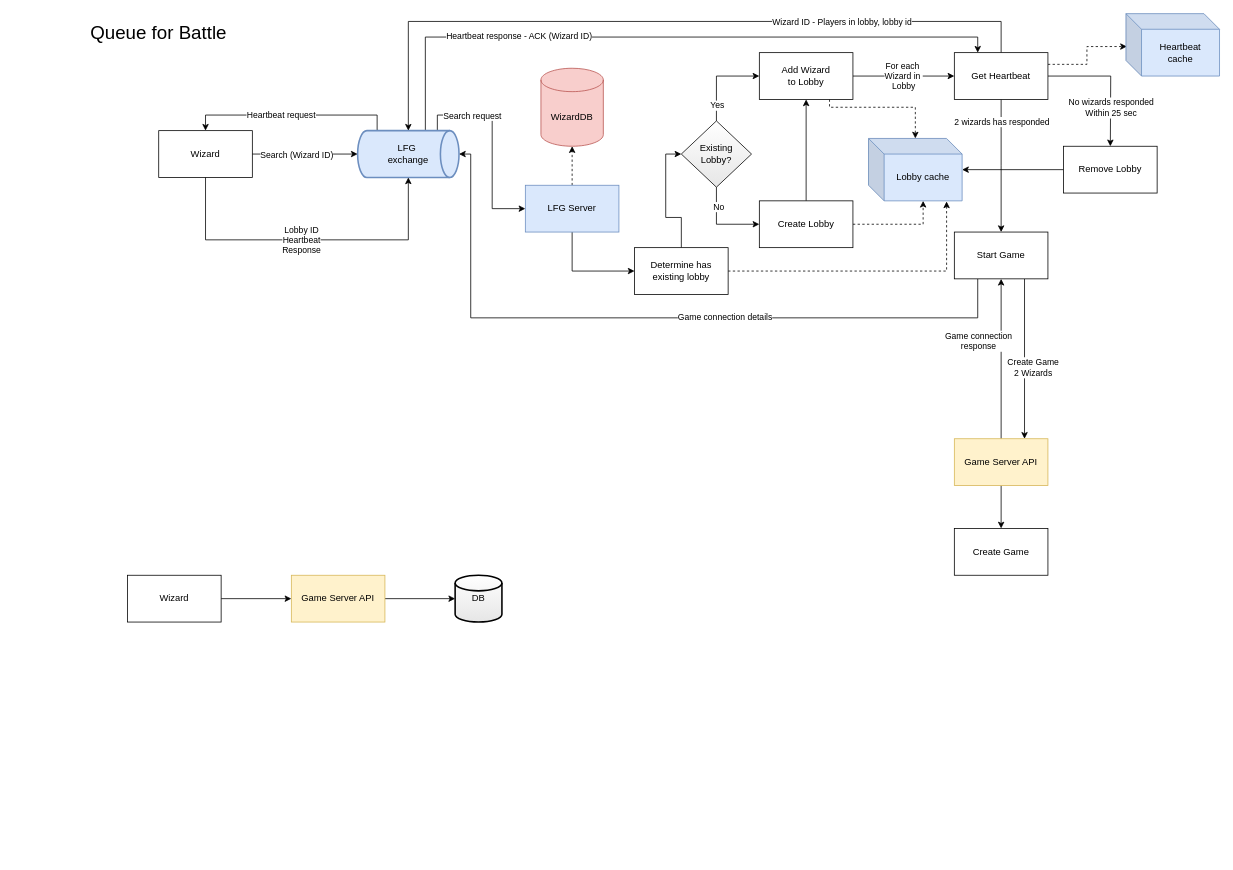
Before: arch_wizard.drawio in gullskatten/BPMN-models, a draw.io diagram. Source tidied: cells renumbered, new cells numbered last; positions are measured from the earlier drawing's top-left corner, leaving out a move shared by most shapes. Both pictures are drawn from the tidied source at 78%, with x=0, y=0 at pixel (73, 13).
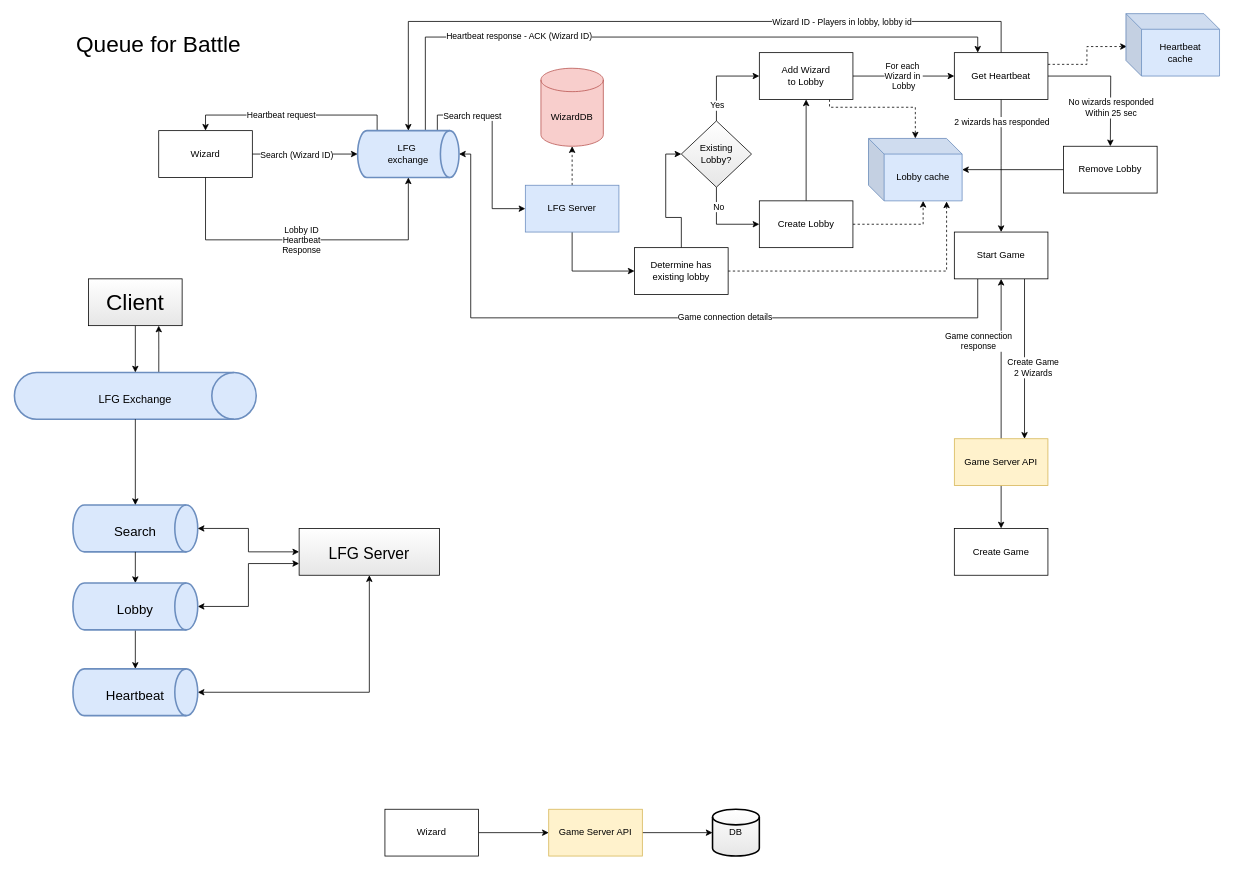
The same page after the edit.

Unchanged cells that the change refers to:
```xml
<mxCell id="52" value="Game Server API" style="rounded=0;whiteSpace=wrap;html=1;fillColor=#fff2cc;strokeColor=#d6b656;" parent="1" vertex="1">
  <mxGeometry x="1130" y="545" width="120" height="60" as="geometry" />
</mxCell>
<mxCell id="53" value="Create Game" style="rounded=0;whiteSpace=wrap;html=1;" parent="1" vertex="1">
  <mxGeometry x="1130" y="660" width="120" height="60" as="geometry" />
</mxCell>
```

The edit, as a diff of the source:
```diff
@@
-    <mxCell id="49" style="edgeStyle=orthogonalEdgeStyle;rounded=0;jettySize=auto;html=1;entryX=0.5;entryY=0;entryDx=0;entryDy=0;" parent="1" edge="1" source="52" target="53">
-      <mxGeometry relative="1" as="geometry" />
-    </mxCell>
@@
+    <mxCell id="49" style="edgeStyle=orthogonalEdgeStyle;rounded=0;jettySize=auto;html=1;fontSize=24;" parent="1" edge="1" source="52" target="53">
+      <mxGeometry relative="1" as="geometry" />
+    </mxCell>
@@
     <mxCell id="54" value="DB" style="strokeWidth=2;html=1;shape=mxgraph.flowchart.database;whiteSpace=wrap;gradientColor=#E6E6E6;" parent="1" vertex="1">
-      <mxGeometry x="490" y="720" width="60" height="60" as="geometry" />
+      <mxGeometry x="820" y="1020" width="60" height="60" as="geometry" />
     </mxCell>
@@
     <mxCell id="56" value="Game Server API" style="rounded=0;whiteSpace=wrap;html=1;fillColor=#fff2cc;strokeColor=#d6b656;" parent="1" vertex="1">
-      <mxGeometry x="280" y="720" width="120" height="60" as="geometry" />
+      <mxGeometry x="610" y="1020" width="120" height="60" as="geometry" />
     </mxCell>
@@
     <mxCell id="58" value="Wizard" style="rounded=0;whiteSpace=wrap;html=1;" parent="1" vertex="1">
-      <mxGeometry x="70" y="720" width="120" height="60" as="geometry" />
+      <mxGeometry x="400" y="1020" width="120" height="60" as="geometry" />
     </mxCell>
-    <mxCell id="59" value="Queue for Battle" style="text;html=1;strokeColor=none;fillColor=none;align=center;verticalAlign=middle;whiteSpace=wrap;rounded=0;fontSize=24;" parent="1" vertex="1">
-      <mxGeometry y="10" width="220" height="30" as="geometry" />
+    <mxCell id="59" value="Queue for Battle" style="text;html=1;strokeColor=none;fillColor=none;align=center;verticalAlign=middle;whiteSpace=wrap;rounded=0;fontSize=29;" parent="1" vertex="1">
+      <mxGeometry y="25" width="220" height="30" as="geometry" />
     </mxCell>
+    <mxCell id="60" style="edgeStyle=orthogonalEdgeStyle;rounded=0;jettySize=auto;html=1;entryX=0.75;entryY=1;entryDx=0;entryDy=0;fontSize=29;exitX=0.597;exitY=0;exitDx=0;exitDy=0;exitPerimeter=0;" parent="1" edge="1" source="61" target="71">
+      <mxGeometry relative="1" as="geometry" />
+    </mxCell>
+    <mxCell id="61" value="&lt;font style=&quot;font-size: 14px&quot;&gt;LFG Exchange&lt;/font&gt;" style="strokeWidth=2;html=1;shape=mxgraph.flowchart.direct_data;whiteSpace=wrap;fontSize=29;fillColor=#dae8fc;strokeColor=#6c8ebf;" parent="1" vertex="1">
+      <mxGeometry x="-75" y="460" width="310" height="60" as="geometry" />
+    </mxCell>
+    <mxCell id="62" value="&lt;font style=&quot;font-size: 17px&quot;&gt;Search&lt;/font&gt;" style="strokeWidth=2;html=1;shape=mxgraph.flowchart.direct_data;whiteSpace=wrap;fontSize=29;fillColor=#dae8fc;strokeColor=#6c8ebf;" parent="1" vertex="1">
+      <mxGeometry y="630" width="160" height="60" as="geometry" />
+    </mxCell>
+    <mxCell id="63" style="edgeStyle=orthogonalEdgeStyle;rounded=0;jettySize=auto;html=1;fontSize=29;startArrow=classic;startFill=1;" parent="1" edge="1" source="64" target="73">
+      <mxGeometry relative="1" as="geometry" />
+    </mxCell>
+    <mxCell id="64" value="&lt;font style=&quot;font-size: 17px&quot;&gt;Heartbeat&lt;/font&gt;" style="strokeWidth=2;html=1;shape=mxgraph.flowchart.direct_data;whiteSpace=wrap;fontSize=29;fillColor=#dae8fc;strokeColor=#6c8ebf;" parent="1" vertex="1">
+      <mxGeometry y="840" width="160" height="60" as="geometry" />
+    </mxCell>
+    <mxCell id="65" style="endArrow=classic;html=1;fontSize=29;exitX=0.5;exitY=1;exitDx=0;exitDy=0;exitPerimeter=0;" parent="1" edge="1" source="61" target="62">
+      <mxGeometry relative="1" as="geometry" />
+    </mxCell>
+    <mxCell id="66" style="endArrow=classic;html=1;fontSize=29;exitX=0.5;exitY=1;exitDx=0;exitDy=0;exitPerimeter=0;" parent="1" edge="1" source="62">
+      <mxGeometry relative="1" as="geometry">
+        <mxPoint x="80" y="730" as="targetPoint" />
+      </mxGeometry>
+    </mxCell>
+    <mxCell id="67" style="edgeStyle=orthogonalEdgeStyle;rounded=0;jettySize=auto;html=1;fontSize=29;" parent="1" edge="1" source="69" target="64">
+      <mxGeometry relative="1" as="geometry" />
+    </mxCell>
+    <mxCell id="68" style="edgeStyle=orthogonalEdgeStyle;rounded=0;jettySize=auto;html=1;entryX=0;entryY=0.75;entryDx=0;entryDy=0;fontSize=29;startArrow=classic;startFill=1;" parent="1" edge="1" source="69" target="73">
+      <mxGeometry relative="1" as="geometry" />
+    </mxCell>
+    <mxCell id="69" value="&lt;font style=&quot;font-size: 17px&quot;&gt;Lobby&lt;/font&gt;" style="strokeWidth=2;html=1;shape=mxgraph.flowchart.direct_data;whiteSpace=wrap;fontSize=29;fillColor=#dae8fc;strokeColor=#6c8ebf;" parent="1" vertex="1">
+      <mxGeometry y="730" width="160" height="60" as="geometry" />
+    </mxCell>
+    <mxCell id="70" style="edgeStyle=orthogonalEdgeStyle;rounded=0;jettySize=auto;html=1;entryX=0.5;entryY=0;entryDx=0;entryDy=0;entryPerimeter=0;fontSize=29;" parent="1" edge="1" source="71" target="61">
+      <mxGeometry relative="1" as="geometry" />
+    </mxCell>
+    <mxCell id="71" value="Client" style="rounded=0;whiteSpace=wrap;html=1;gradientColor=#E6E6E6;fontSize=29;" parent="1" vertex="1">
+      <mxGeometry x="20" y="340" width="120" height="60" as="geometry" />
+    </mxCell>
+    <mxCell id="72" style="edgeStyle=orthogonalEdgeStyle;rounded=0;jettySize=auto;html=1;entryX=1;entryY=0.5;entryDx=0;entryDy=0;entryPerimeter=0;fontSize=29;startArrow=classic;startFill=1;" parent="1" edge="1" source="73" target="62">
+      <mxGeometry relative="1" as="geometry" />
+    </mxCell>
+    <mxCell id="73" value="&lt;font style=&quot;font-size: 20px&quot;&gt;LFG Server&lt;/font&gt;" style="rounded=0;whiteSpace=wrap;html=1;gradientColor=#E6E6E6;fontSize=29;" parent="1" vertex="1">
+      <mxGeometry x="290" y="660" width="180" height="60" as="geometry" />
+    </mxCell>
```
